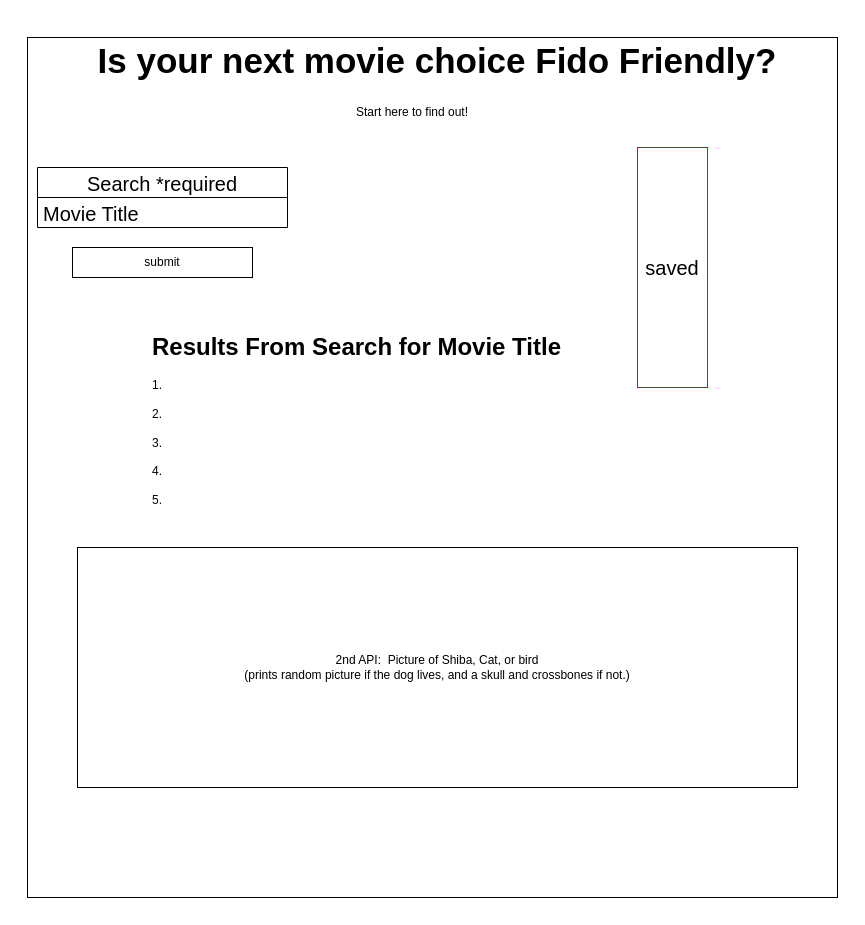
Earlier version of the draw.io diagram wireframe.drawio (cmullan602/adopt-a-pet). Source tidied: cells renumbered, new cells numbered last; positions are measured from the earlier drawing's top-left corner, leaving out a move shared by most shapes. Both pictures are drawn from the tidied source at 100%, with x=0, y=0 at pixel (27, 27).
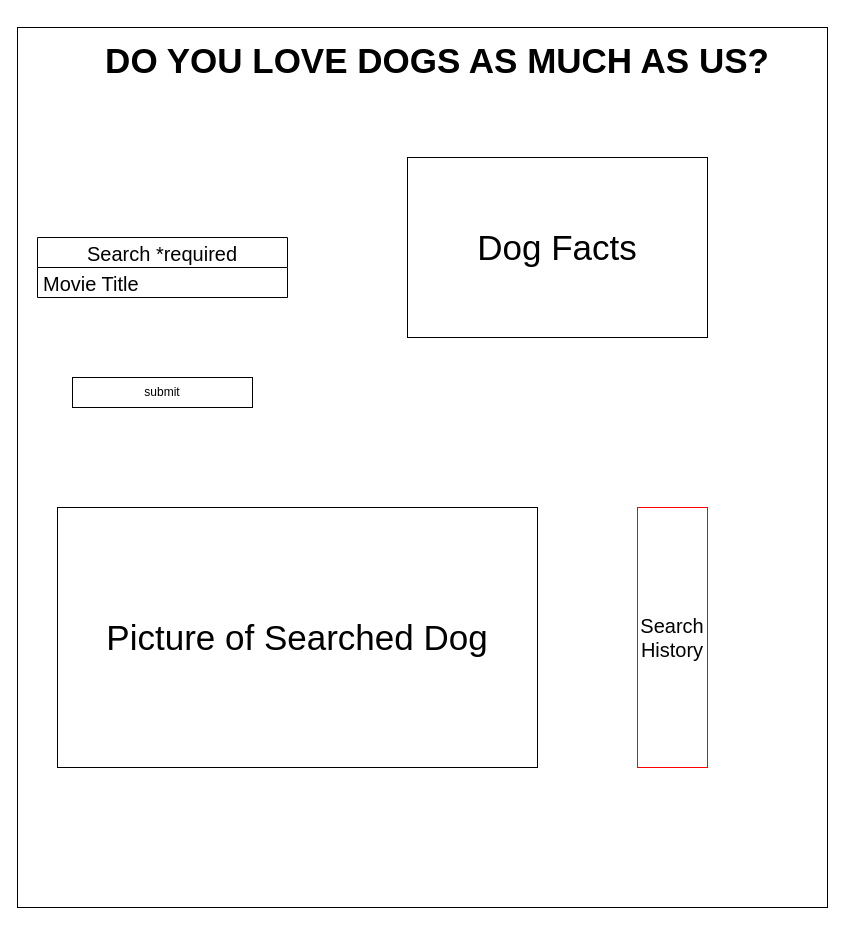
The same page after the edit.

Commit message:
changed wirefame as well as user story and README to reflect newest idea.

What changed in the source:
```diff
@@
 <mxGraphModel>
   <root>
     <mxCell id="0" />
     <mxCell id="1" parent="0" />
     <mxCell id="2" style="rounded=0;whiteSpace=wrap;html=1;" parent="1" vertex="1">
-      <mxGeometry y="10" width="810" height="860" as="geometry" />
+      <mxGeometry x="-10" width="810" height="880" as="geometry" />
     </mxCell>
-    <mxCell id="3" value="Start here to find out!" style="text;html=1;strokeColor=none;fillColor=none;align=center;verticalAlign=middle;whiteSpace=wrap;rounded=0;" parent="1" vertex="1">
-      <mxGeometry x="10" y="60" width="750" height="50" as="geometry" />
-    </mxCell>
-    <mxCell id="4" value="&lt;h1 style=&quot;font-size: 35px&quot;&gt;Is your next movie choice Fido Friendly?&lt;/h1&gt;" style="text;html=1;strokeColor=none;fillColor=none;spacing=5;spacingTop=-20;whiteSpace=wrap;overflow=hidden;rounded=0;fontSize=20;align=center;" parent="1" vertex="1">
+    <mxCell id="4" value="&lt;h1 style=&quot;font-size: 35px&quot;&gt;DO YOU LOVE DOGS AS MUCH AS US?&lt;/h1&gt;" style="text;html=1;strokeColor=none;fillColor=none;spacing=5;spacingTop=-20;whiteSpace=wrap;overflow=hidden;rounded=0;fontSize=20;align=center;" parent="1" vertex="1">
       <mxGeometry width="820" height="70" as="geometry" />
     </mxCell>
     <mxCell id="5" value="Search *required" style="swimlane;fontStyle=0;horizontal=1;startSize=30;fontSize=20;" parent="1" vertex="1">
-      <mxGeometry x="10" y="140" width="250" height="60" as="geometry" />
+      <mxGeometry x="10" y="210" width="250" height="60" as="geometry" />
     </mxCell>
     <mxCell id="6" value="Movie Title" style="text;strokeColor=none;fillColor=none;align=left;verticalAlign=middle;spacingLeft=4;spacingRight=4;overflow=hidden;fontSize=20;" parent="5" vertex="1">
       <mxGeometry y="30" width="250" height="30" as="geometry" />
     </mxCell>
     <mxCell id="7" value="submit" style="rounded=0;whiteSpace=wrap;html=1;" parent="1" vertex="1">
-      <mxGeometry x="45" y="220" width="180" height="30" as="geometry" />
+      <mxGeometry x="45" y="350" width="180" height="30" as="geometry" />
     </mxCell>
-    <mxCell id="8" value="2nd API:&amp;nbsp; Picture of Shiba, Cat, or bird&lt;br&gt;(prints random picture if the dog lives, and a skull and crossbones if not.)" style="rounded=0;whiteSpace=wrap;html=1;" parent="1" vertex="1">
-      <mxGeometry x="50" y="520" width="720" height="240" as="geometry" />
-    </mxCell>
-    <mxCell id="9" value="&lt;font style=&quot;font-size: 20px&quot;&gt;saved&lt;br&gt;&lt;/font&gt;" style="rounded=0;whiteSpace=wrap;html=1;fontSize=5;strokeColor=#FF0000;" parent="1" vertex="1">
-      <mxGeometry x="610" y="120" width="70" height="240" as="geometry" />
+    <mxCell id="9" value="&lt;font style=&quot;font-size: 20px&quot;&gt;Search History&lt;br&gt;&lt;/font&gt;" style="rounded=0;whiteSpace=wrap;html=1;fontSize=5;strokeColor=#FF0000;" parent="1" vertex="1">
+      <mxGeometry x="610" y="480" width="70" height="260" as="geometry" />
     </mxCell>
-    <mxCell id="10" value="&lt;h1&gt;Results From Search for Movie Title&lt;/h1&gt;&lt;div&gt;1.&lt;/div&gt;&lt;div&gt;&lt;br&gt;&lt;/div&gt;&lt;div&gt;2.&lt;/div&gt;&lt;div&gt;&lt;br&gt;&lt;/div&gt;&lt;div&gt;3.&lt;/div&gt;&lt;div&gt;&lt;br&gt;&lt;/div&gt;&lt;div&gt;4.&lt;/div&gt;&lt;div&gt;&lt;br&gt;&lt;/div&gt;&lt;div&gt;5.&lt;/div&gt;&lt;div&gt;&lt;br&gt;&lt;/div&gt;&lt;div&gt;&lt;br&gt;&lt;/div&gt;" style="text;html=1;strokeColor=none;fillColor=none;spacing=5;spacingTop=-20;whiteSpace=wrap;overflow=hidden;rounded=0;" parent="1" vertex="1">
-      <mxGeometry x="120" y="300" width="425" height="190" as="geometry" />
-    </mxCell>
+    <mxCell id="11" value="Dog Facts" style="rounded=0;whiteSpace=wrap;html=1;fontSize=35;" parent="1" vertex="1">
+      <mxGeometry x="380" y="130" width="300" height="180" as="geometry" />
+    </mxCell>
+    <mxCell id="12" value="Picture of Searched Dog" style="rounded=0;whiteSpace=wrap;html=1;fontSize=35;" parent="1" vertex="1">
+      <mxGeometry x="30" y="480" width="480" height="260" as="geometry" />
+    </mxCell>
   </root>
 </mxGraphModel>
```
